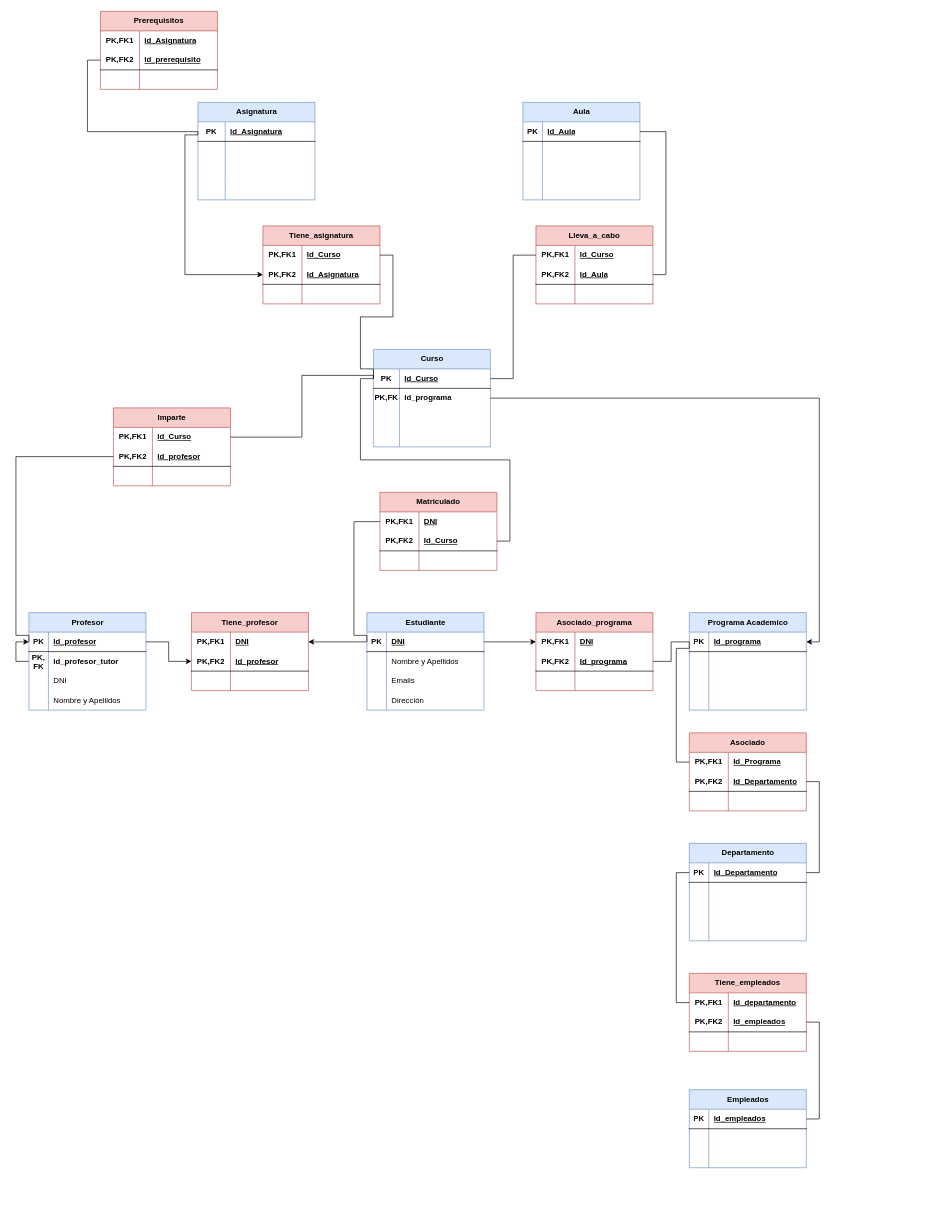
This is Unidad-1/modelo_relacional.drawio from jdrguez/2-Daw, a draw.io file, before an edit. Source tidied: cells renumbered, new cells numbered last; positions are measured from the earlier drawing's top-left corner, leaving out a move shared by most shapes. Both pictures are drawn from the tidied source at 65%, with x=0, y=0 at pixel (16, 11).
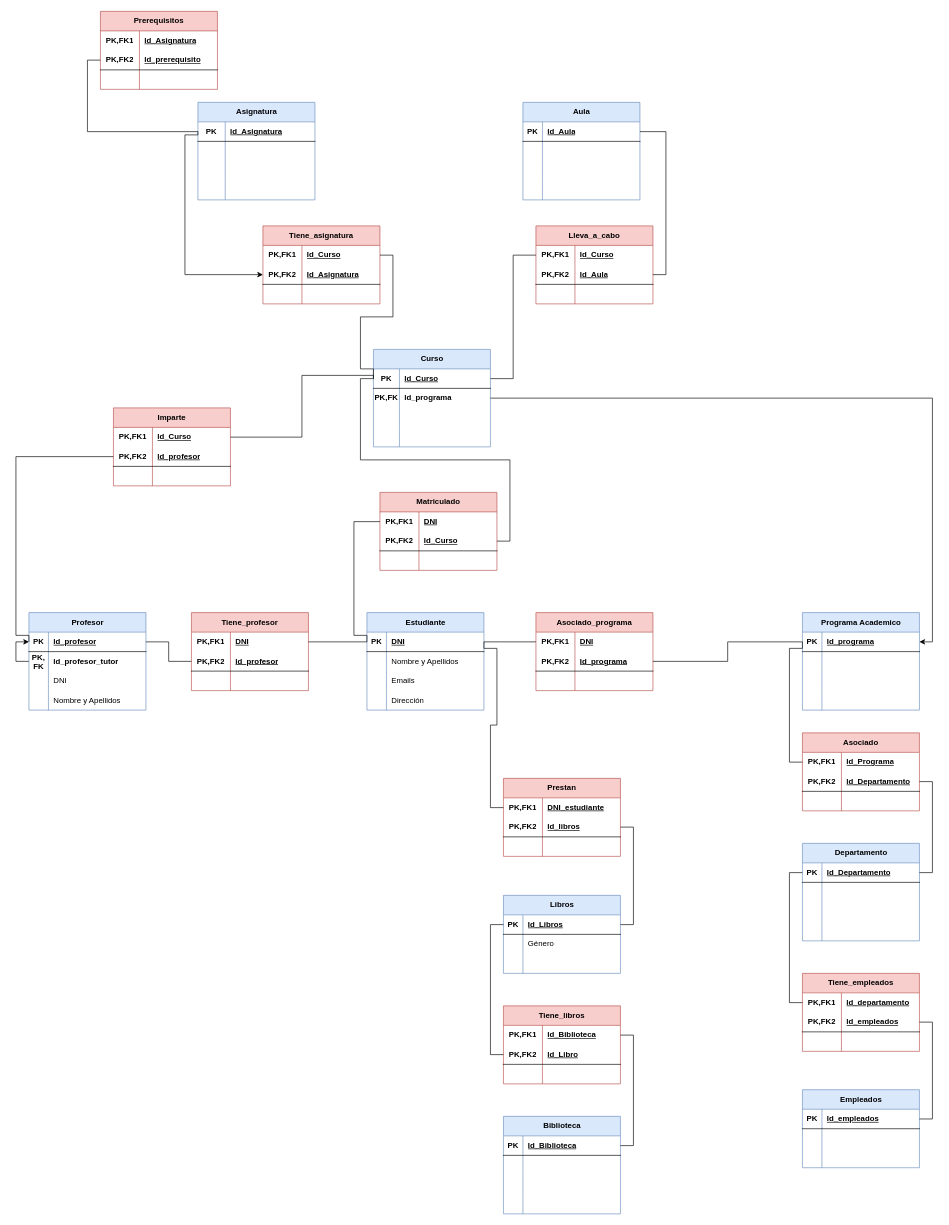
The same diagram, later.

The change refers to these unchanged cells:
```xml
<mxCell id="3" style="shape=tableRow;horizontal=0;startSize=0;swimlaneHead=0;swimlaneBody=0;fillColor=none;points=[[0,0.5],[1,0.5]];portConstraint=eastwest;top=0;left=0;right=0;bottom=1;" parent="2" vertex="1">
  <mxGeometry y="30" width="180" height="30" as="geometry" />
</mxCell>
<mxCell id="17" style="shape=tableRow;horizontal=0;startSize=0;swimlaneHead=0;swimlaneBody=0;fillColor=none;points=[[0,0.5],[1,0.5]];portConstraint=eastwest;top=0;left=0;right=0;bottom=1;" parent="16" vertex="1">
  <mxGeometry y="30" width="180" height="30" as="geometry" />
</mxCell>
<mxCell id="30" style="shape=tableRow;horizontal=0;startSize=0;swimlaneHead=0;swimlaneBody=0;fillColor=none;points=[[0,0.5],[1,0.5]];portConstraint=eastwest;top=0;left=0;right=0;bottom=0;html=1;" parent="29" vertex="1">
  <mxGeometry y="30" width="180" height="30" as="geometry" />
</mxCell>
<mxCell id="33" style="shape=tableRow;horizontal=0;startSize=0;swimlaneHead=0;swimlaneBody=0;fillColor=none;points=[[0,0.5],[1,0.5]];portConstraint=eastwest;top=0;left=0;right=0;bottom=1;html=1;" parent="29" vertex="1">
  <mxGeometry y="60" width="180" height="30" as="geometry" />
</mxCell>
<mxCell id="42" style="shape=tableRow;horizontal=0;startSize=0;swimlaneHead=0;swimlaneBody=0;fillColor=none;points=[[0,0.5],[1,0.5]];portConstraint=eastwest;top=0;left=0;right=0;bottom=1;" parent="41" vertex="1">
  <mxGeometry y="30" width="180" height="30" as="geometry" />
</mxCell>
<mxCell id="55" style="shape=tableRow;horizontal=0;startSize=0;swimlaneHead=0;swimlaneBody=0;fillColor=none;points=[[0,0.5],[1,0.5]];portConstraint=eastwest;top=0;left=0;right=0;bottom=0;html=1;" parent="54" vertex="1">
  <mxGeometry y="30" width="180" height="30" as="geometry" />
</mxCell>
<mxCell id="179" style="shape=tableRow;horizontal=0;startSize=0;swimlaneHead=0;swimlaneBody=0;fillColor=none;points=[[0,0.5],[1,0.5]];portConstraint=eastwest;top=0;left=0;right=0;bottom=0;html=1;" parent="178" vertex="1">
  <mxGeometry y="30" width="180" height="30" as="geometry" />
</mxCell>
```

Diff of the diagram source:
```diff
@@
-    <mxCell id="39" style="edgeStyle=orthogonalEdgeStyle;rounded=0;jettySize=auto;html=1;exitX=0;exitY=0.5;exitDx=0;exitDy=0;entryX=1;entryY=0.5;entryDx=0;entryDy=0;" parent="1" edge="1" source="3" target="30">
+    <mxCell id="39" style="edgeStyle=orthogonalEdgeStyle;rounded=0;jettySize=auto;html=1;exitX=0;exitY=0.5;exitDx=0;exitDy=0;entryX=1;entryY=0.5;entryDx=0;entryDy=0;endArrow=none;endFill=0;" parent="1" edge="1" source="3" target="30">
       <mxGeometry relative="1" as="geometry" />
     </mxCell>
-    <mxCell id="40" style="edgeStyle=orthogonalEdgeStyle;rounded=0;jettySize=auto;html=1;exitX=1;exitY=0.5;exitDx=0;exitDy=0;entryX=0;entryY=0.5;entryDx=0;entryDy=0;" parent="1" edge="1" source="17" target="33">
+    <mxCell id="40" style="edgeStyle=orthogonalEdgeStyle;rounded=0;jettySize=auto;html=1;exitX=1;exitY=0.5;exitDx=0;exitDy=0;entryX=0;entryY=0.5;entryDx=0;entryDy=0;endArrow=none;endFill=0;" parent="1" edge="1" source="17" target="33">
       <mxGeometry relative="1" as="geometry" />
     </mxCell>
     <mxCell id="41" value="Programa Academico" style="shape=table;startSize=30;childLayout=tableLayout;rowLines=0;fontStyle=1;align=center;html=1;fillColor=#dae8fc;strokeColor=#6c8ebf;" parent="1" vertex="1">
-      <mxGeometry x="1036" y="925" width="180" height="150" as="geometry" />
+      <mxGeometry x="1210" y="925" width="180" height="150" as="geometry" />
     </mxCell>
@@
-    <mxCell id="65" style="edgeStyle=orthogonalEdgeStyle;rounded=0;jettySize=auto;html=1;exitX=1;exitY=0.5;exitDx=0;exitDy=0;entryX=0;entryY=0.5;entryDx=0;entryDy=0;" parent="1" edge="1" source="3" target="55">
+    <mxCell id="65" style="edgeStyle=orthogonalEdgeStyle;rounded=0;jettySize=auto;html=1;exitX=1;exitY=0.5;exitDx=0;exitDy=0;entryX=0;entryY=0.5;entryDx=0;entryDy=0;endArrow=none;endFill=0;" parent="1" edge="1" source="3" target="55">
       <mxGeometry relative="1" as="geometry" />
     </mxCell>
@@
     <mxCell id="165" value="Departamento" style="shape=table;startSize=30;childLayout=tableLayout;rowLines=0;fontStyle=1;align=center;html=1;fillColor=#dae8fc;strokeColor=#6c8ebf;" parent="1" vertex="1">
-      <mxGeometry x="1036" y="1280" width="180" height="150" as="geometry" />
+      <mxGeometry x="1210" y="1280" width="180" height="150" as="geometry" />
     </mxCell>
@@
     <mxCell id="178" value="Asociado" style="shape=table;startSize=30;childLayout=tableLayout;rowLines=0;fontStyle=1;align=center;html=1;whiteSpace=wrap;fillColor=#f8cecc;strokeColor=#b85450;" parent="1" vertex="1">
-      <mxGeometry x="1036" y="1110" width="180" height="120" as="geometry" />
+      <mxGeometry x="1210" y="1110" width="180" height="120" as="geometry" />
     </mxCell>
@@
     <mxCell id="189" style="edgeStyle=orthogonalEdgeStyle;rounded=0;jettySize=auto;html=1;exitX=0;exitY=0.5;exitDx=0;exitDy=0;entryX=0;entryY=0.5;entryDx=0;entryDy=0;endArrow=none;endFill=0;" parent="1" edge="1" source="179" target="42">
       <mxGeometry relative="1" as="geometry">
         <Array as="points">
-          <mxPoint x="1016" y="1155" />
-          <mxPoint x="1016" y="980" />
-          <mxPoint x="1036" y="980" />
+          <mxPoint x="1190" y="1155" />
+          <mxPoint x="1190" y="980" />
+          <mxPoint x="1210" y="980" />
         </Array>
       </mxGeometry>
     </mxCell>
     <mxCell id="190" value="Empleados" style="shape=table;startSize=30;childLayout=tableLayout;rowLines=0;fontStyle=1;align=center;html=1;fillColor=#dae8fc;strokeColor=#6c8ebf;" parent="1" vertex="1">
-      <mxGeometry x="1036" y="1659" width="180" height="120" as="geometry" />
+      <mxGeometry x="1210" y="1659" width="180" height="120" as="geometry" />
     </mxCell>
@@
     <mxCell id="200" value="Tiene_empleados" style="shape=table;startSize=30;childLayout=tableLayout;rowLines=0;fontStyle=1;align=center;html=1;whiteSpace=wrap;fillColor=#f8cecc;strokeColor=#b85450;" parent="1" vertex="1">
-      <mxGeometry x="1036" y="1480" width="180" height="120" as="geometry" />
+      <mxGeometry x="1210" y="1480" width="180" height="120" as="geometry" />
     </mxCell>
@@
+    <mxCell id="212" value="Libros" style="shape=table;startSize=30;childLayout=tableLayout;rowLines=0;fontStyle=1;align=center;html=1;fillColor=#dae8fc;strokeColor=#6c8ebf;" parent="1" vertex="1">
+      <mxGeometry x="750" y="1360" width="180" height="120" as="geometry" />
+    </mxCell>
+    <mxCell id="213" style="shape=tableRow;horizontal=0;startSize=0;swimlaneHead=0;swimlaneBody=0;fillColor=none;points=[[0,0.5],[1,0.5]];portConstraint=eastwest;top=0;left=0;right=0;bottom=1;" parent="212" vertex="1">
+      <mxGeometry y="30" width="180" height="30" as="geometry" />
+    </mxCell>
+    <mxCell id="214" value="PK" style="shape=partialRectangle;fillColor=none;top=0;left=0;bottom=0;right=0;fontStyle=1;overflow=hidden;whiteSpace=wrap;html=1;" parent="213" vertex="1">
+      <mxGeometry width="30" height="30" as="geometry" />
+    </mxCell>
+    <mxCell id="215" value="Id_Libros" style="shape=partialRectangle;fillColor=none;top=0;left=0;bottom=0;right=0;align=left;spacingLeft=6;fontStyle=5;overflow=hidden;whiteSpace=wrap;html=1;" parent="213" vertex="1">
+      <mxGeometry x="30" width="150" height="30" as="geometry" />
+    </mxCell>
+    <mxCell id="216" style="shape=tableRow;horizontal=0;startSize=0;swimlaneHead=0;swimlaneBody=0;fillColor=none;top=0;left=0;right=0;bottom=0;" parent="212" vertex="1">
+      <mxGeometry y="60" width="180" height="30" as="geometry" />
+    </mxCell>
+    <mxCell id="217" style="shape=partialRectangle;fillColor=none;top=0;left=0;bottom=0;right=0;overflow=hidden;whiteSpace=wrap;html=1;" parent="216" vertex="1">
+      <mxGeometry width="30" height="30" as="geometry" />
+    </mxCell>
+    <mxCell id="218" value="Género" style="shape=partialRectangle;fillColor=none;top=0;left=0;bottom=0;right=0;align=left;spacingLeft=6;overflow=hidden;whiteSpace=wrap;html=1;" parent="216" vertex="1">
+      <mxGeometry x="30" width="150" height="30" as="geometry" />
+    </mxCell>
+    <mxCell id="219" style="shape=tableRow;horizontal=0;startSize=0;swimlaneHead=0;swimlaneBody=0;fillColor=none;top=0;left=0;right=0;bottom=0;" parent="212" vertex="1">
+      <mxGeometry y="90" width="180" height="30" as="geometry" />
+    </mxCell>
+    <mxCell id="220" style="shape=partialRectangle;fillColor=none;top=0;left=0;bottom=0;right=0;overflow=hidden;whiteSpace=wrap;html=1;" parent="219" vertex="1">
+      <mxGeometry width="30" height="30" as="geometry" />
+    </mxCell>
+    <mxCell id="221" style="shape=partialRectangle;fillColor=none;top=0;left=0;bottom=0;right=0;align=left;spacingLeft=6;overflow=hidden;whiteSpace=wrap;html=1;" parent="219" vertex="1">
+      <mxGeometry x="30" width="150" height="30" as="geometry" />
+    </mxCell>
+    <mxCell id="222" value="Prestan" style="shape=table;startSize=30;childLayout=tableLayout;rowLines=0;fontStyle=1;align=center;html=1;whiteSpace=wrap;fillColor=#f8cecc;strokeColor=#b85450;" parent="1" vertex="1">
+      <mxGeometry x="750" y="1180" width="180" height="120" as="geometry" />
+    </mxCell>
+    <mxCell id="223" style="shape=tableRow;horizontal=0;startSize=0;swimlaneHead=0;swimlaneBody=0;fillColor=none;points=[[0,0.5],[1,0.5]];portConstraint=eastwest;top=0;left=0;right=0;bottom=0;html=1;" parent="222" vertex="1">
+      <mxGeometry y="30" width="180" height="30" as="geometry" />
+    </mxCell>
+    <mxCell id="224" value="PK,FK1" style="shape=partialRectangle;fillColor=none;top=0;left=0;bottom=0;right=0;fontStyle=1;overflow=hidden;html=1;whiteSpace=wrap;" parent="223" vertex="1">
+      <mxGeometry width="60" height="30" as="geometry" />
+    </mxCell>
+    <mxCell id="225" value="DNI_estudiante" style="shape=partialRectangle;fillColor=none;top=0;left=0;bottom=0;right=0;align=left;spacingLeft=6;fontStyle=5;overflow=hidden;html=1;whiteSpace=wrap;" parent="223" vertex="1">
+      <mxGeometry x="60" width="120" height="30" as="geometry" />
+    </mxCell>
+    <mxCell id="226" style="shape=tableRow;horizontal=0;startSize=0;swimlaneHead=0;swimlaneBody=0;fillColor=none;points=[[0,0.5],[1,0.5]];portConstraint=eastwest;top=0;left=0;right=0;bottom=1;html=1;" parent="222" vertex="1">
+      <mxGeometry y="60" width="180" height="30" as="geometry" />
+    </mxCell>
+    <mxCell id="227" value="PK,FK2" style="shape=partialRectangle;fillColor=none;top=0;left=0;bottom=0;right=0;fontStyle=1;overflow=hidden;html=1;whiteSpace=wrap;" parent="226" vertex="1">
+      <mxGeometry width="60" height="30" as="geometry" />
+    </mxCell>
+    <mxCell id="228" value="Id_libros" style="shape=partialRectangle;fillColor=none;top=0;left=0;bottom=0;right=0;align=left;spacingLeft=6;fontStyle=5;overflow=hidden;html=1;whiteSpace=wrap;" parent="226" vertex="1">
+      <mxGeometry x="60" width="120" height="30" as="geometry" />
+    </mxCell>
+    <mxCell id="229" style="shape=tableRow;horizontal=0;startSize=0;swimlaneHead=0;swimlaneBody=0;fillColor=none;top=0;left=0;right=0;bottom=0;html=1;" parent="222" vertex="1">
+      <mxGeometry y="90" width="180" height="30" as="geometry" />
+    </mxCell>
+    <mxCell id="230" style="shape=partialRectangle;fillColor=none;top=0;left=0;bottom=0;right=0;overflow=hidden;html=1;whiteSpace=wrap;" parent="229" vertex="1">
+      <mxGeometry width="60" height="30" as="geometry" />
+    </mxCell>
+    <mxCell id="231" style="shape=partialRectangle;fillColor=none;top=0;left=0;bottom=0;right=0;align=left;spacingLeft=6;overflow=hidden;html=1;whiteSpace=wrap;" parent="229" vertex="1">
+      <mxGeometry x="60" width="120" height="30" as="geometry" />
+    </mxCell>
+    <mxCell id="232" style="edgeStyle=orthogonalEdgeStyle;rounded=0;jettySize=auto;html=1;exitX=1;exitY=0.5;exitDx=0;exitDy=0;entryX=1;entryY=0.5;entryDx=0;entryDy=0;endArrow=none;endFill=0;" parent="1" edge="1" source="226" target="213">
+      <mxGeometry relative="1" as="geometry" />
+    </mxCell>
+    <mxCell id="233" style="edgeStyle=orthogonalEdgeStyle;rounded=0;jettySize=auto;html=1;exitX=0;exitY=0.5;exitDx=0;exitDy=0;entryX=1;entryY=0.5;entryDx=0;entryDy=0;endArrow=none;endFill=0;" parent="1" edge="1" source="223" target="3">
+      <mxGeometry relative="1" as="geometry">
+        <Array as="points">
+          <mxPoint x="730" y="1225" />
+          <mxPoint x="730" y="1098" />
+          <mxPoint x="740" y="1098" />
+          <mxPoint x="740" y="980" />
+          <mxPoint x="720" y="980" />
+        </Array>
+      </mxGeometry>
+    </mxCell>
+    <mxCell id="234" value="Biblioteca" style="shape=table;startSize=30;childLayout=tableLayout;rowLines=0;fontStyle=1;align=center;html=1;fillColor=#dae8fc;strokeColor=#6c8ebf;" parent="1" vertex="1">
+      <mxGeometry x="750" y="1700" width="180" height="150" as="geometry" />
+    </mxCell>
+    <mxCell id="235" style="shape=tableRow;horizontal=0;startSize=0;swimlaneHead=0;swimlaneBody=0;fillColor=none;points=[[0,0.5],[1,0.5]];portConstraint=eastwest;top=0;left=0;right=0;bottom=1;" parent="234" vertex="1">
+      <mxGeometry y="30" width="180" height="30" as="geometry" />
+    </mxCell>
+    <mxCell id="236" value="PK" style="shape=partialRectangle;fillColor=none;top=0;left=0;bottom=0;right=0;fontStyle=1;overflow=hidden;whiteSpace=wrap;html=1;" parent="235" vertex="1">
+      <mxGeometry width="30" height="30" as="geometry" />
+    </mxCell>
+    <mxCell id="237" value="Id_Biblioteca" style="shape=partialRectangle;fillColor=none;top=0;left=0;bottom=0;right=0;align=left;spacingLeft=6;fontStyle=5;overflow=hidden;whiteSpace=wrap;html=1;" parent="235" vertex="1">
+      <mxGeometry x="30" width="150" height="30" as="geometry" />
+    </mxCell>
+    <mxCell id="238" style="shape=tableRow;horizontal=0;startSize=0;swimlaneHead=0;swimlaneBody=0;fillColor=none;top=0;left=0;right=0;bottom=0;" parent="234" vertex="1">
+      <mxGeometry y="60" width="180" height="30" as="geometry" />
+    </mxCell>
+    <mxCell id="239" style="shape=partialRectangle;fillColor=none;top=0;left=0;bottom=0;right=0;overflow=hidden;whiteSpace=wrap;html=1;" parent="238" vertex="1">
+      <mxGeometry width="30" height="30" as="geometry" />
+    </mxCell>
+    <mxCell id="240" style="shape=partialRectangle;fillColor=none;top=0;left=0;bottom=0;right=0;align=left;spacingLeft=6;overflow=hidden;whiteSpace=wrap;html=1;" parent="238" vertex="1">
+      <mxGeometry x="30" width="150" height="30" as="geometry" />
+    </mxCell>
+    <mxCell id="241" style="shape=tableRow;horizontal=0;startSize=0;swimlaneHead=0;swimlaneBody=0;fillColor=none;top=0;left=0;right=0;bottom=0;" parent="234" vertex="1">
+      <mxGeometry y="90" width="180" height="30" as="geometry" />
+    </mxCell>
+    <mxCell id="242" style="shape=partialRectangle;fillColor=none;top=0;left=0;bottom=0;right=0;overflow=hidden;whiteSpace=wrap;html=1;" parent="241" vertex="1">
+      <mxGeometry width="30" height="30" as="geometry" />
+    </mxCell>
+    <mxCell id="243" style="shape=partialRectangle;fillColor=none;top=0;left=0;bottom=0;right=0;align=left;spacingLeft=6;overflow=hidden;whiteSpace=wrap;html=1;" parent="241" vertex="1">
+      <mxGeometry x="30" width="150" height="30" as="geometry" />
+    </mxCell>
+    <mxCell id="244" style="shape=tableRow;horizontal=0;startSize=0;swimlaneHead=0;swimlaneBody=0;fillColor=none;top=0;left=0;right=0;bottom=0;" parent="234" vertex="1">
+      <mxGeometry y="120" width="180" height="30" as="geometry" />
+    </mxCell>
+    <mxCell id="245" style="shape=partialRectangle;fillColor=none;top=0;left=0;bottom=0;right=0;overflow=hidden;whiteSpace=wrap;html=1;" parent="244" vertex="1">
+      <mxGeometry width="30" height="30" as="geometry" />
+    </mxCell>
+    <mxCell id="246" style="shape=partialRectangle;fillColor=none;top=0;left=0;bottom=0;right=0;align=left;spacingLeft=6;overflow=hidden;whiteSpace=wrap;html=1;" parent="244" vertex="1">
+      <mxGeometry x="30" width="150" height="30" as="geometry" />
+    </mxCell>
+    <mxCell id="247" value="Tiene_libros" style="shape=table;startSize=30;childLayout=tableLayout;rowLines=0;fontStyle=1;align=center;html=1;whiteSpace=wrap;fillColor=#f8cecc;strokeColor=#b85450;" parent="1" vertex="1">
+      <mxGeometry x="750" y="1530" width="180" height="120" as="geometry" />
+    </mxCell>
+    <mxCell id="248" style="shape=tableRow;horizontal=0;startSize=0;swimlaneHead=0;swimlaneBody=0;fillColor=none;points=[[0,0.5],[1,0.5]];portConstraint=eastwest;top=0;left=0;right=0;bottom=0;html=1;" parent="247" vertex="1">
+      <mxGeometry y="30" width="180" height="30" as="geometry" />
+    </mxCell>
+    <mxCell id="249" value="PK,FK1" style="shape=partialRectangle;fillColor=none;top=0;left=0;bottom=0;right=0;fontStyle=1;overflow=hidden;html=1;whiteSpace=wrap;" parent="248" vertex="1">
+      <mxGeometry width="60" height="30" as="geometry" />
+    </mxCell>
+    <mxCell id="250" value="Id_Biblioteca" style="shape=partialRectangle;fillColor=none;top=0;left=0;bottom=0;right=0;align=left;spacingLeft=6;fontStyle=5;overflow=hidden;html=1;whiteSpace=wrap;" parent="248" vertex="1">
+      <mxGeometry x="60" width="120" height="30" as="geometry" />
+    </mxCell>
+    <mxCell id="251" style="shape=tableRow;horizontal=0;startSize=0;swimlaneHead=0;swimlaneBody=0;fillColor=none;points=[[0,0.5],[1,0.5]];portConstraint=eastwest;top=0;left=0;right=0;bottom=1;html=1;" parent="247" vertex="1">
+      <mxGeometry y="60" width="180" height="30" as="geometry" />
+    </mxCell>
+    <mxCell id="252" value="PK,FK2" style="shape=partialRectangle;fillColor=none;top=0;left=0;bottom=0;right=0;fontStyle=1;overflow=hidden;html=1;whiteSpace=wrap;" parent="251" vertex="1">
+      <mxGeometry width="60" height="30" as="geometry" />
+    </mxCell>
+    <mxCell id="253" value="Id_Libro" style="shape=partialRectangle;fillColor=none;top=0;left=0;bottom=0;right=0;align=left;spacingLeft=6;fontStyle=5;overflow=hidden;html=1;whiteSpace=wrap;" parent="251" vertex="1">
+      <mxGeometry x="60" width="120" height="30" as="geometry" />
+    </mxCell>
+    <mxCell id="254" style="shape=tableRow;horizontal=0;startSize=0;swimlaneHead=0;swimlaneBody=0;fillColor=none;top=0;left=0;right=0;bottom=0;html=1;" parent="247" vertex="1">
+      <mxGeometry y="90" width="180" height="30" as="geometry" />
+    </mxCell>
+    <mxCell id="255" style="shape=partialRectangle;fillColor=none;top=0;left=0;bottom=0;right=0;overflow=hidden;html=1;whiteSpace=wrap;" parent="254" vertex="1">
+      <mxGeometry width="60" height="30" as="geometry" />
+    </mxCell>
+    <mxCell id="256" style="shape=partialRectangle;fillColor=none;top=0;left=0;bottom=0;right=0;align=left;spacingLeft=6;overflow=hidden;html=1;whiteSpace=wrap;" parent="254" vertex="1">
+      <mxGeometry x="60" width="120" height="30" as="geometry" />
+    </mxCell>
+    <mxCell id="257" style="edgeStyle=orthogonalEdgeStyle;rounded=0;jettySize=auto;html=1;exitX=1;exitY=0.5;exitDx=0;exitDy=0;entryX=1;entryY=0.5;entryDx=0;entryDy=0;endArrow=none;endFill=0;" parent="1" edge="1" source="235" target="248">
+      <mxGeometry relative="1" as="geometry" />
+    </mxCell>
+    <mxCell id="258" style="edgeStyle=orthogonalEdgeStyle;rounded=0;jettySize=auto;html=1;exitX=0;exitY=0.5;exitDx=0;exitDy=0;entryX=0;entryY=0.5;entryDx=0;entryDy=0;endArrow=none;endFill=0;" parent="1" edge="1" source="251" target="213">
+      <mxGeometry relative="1" as="geometry" />
+    </mxCell>
```
